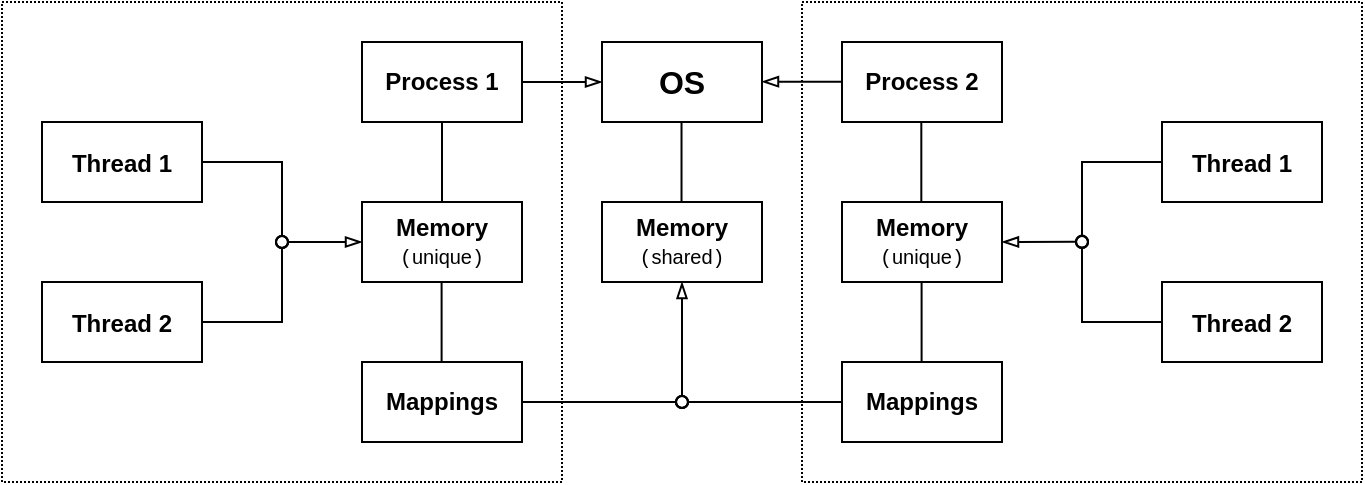
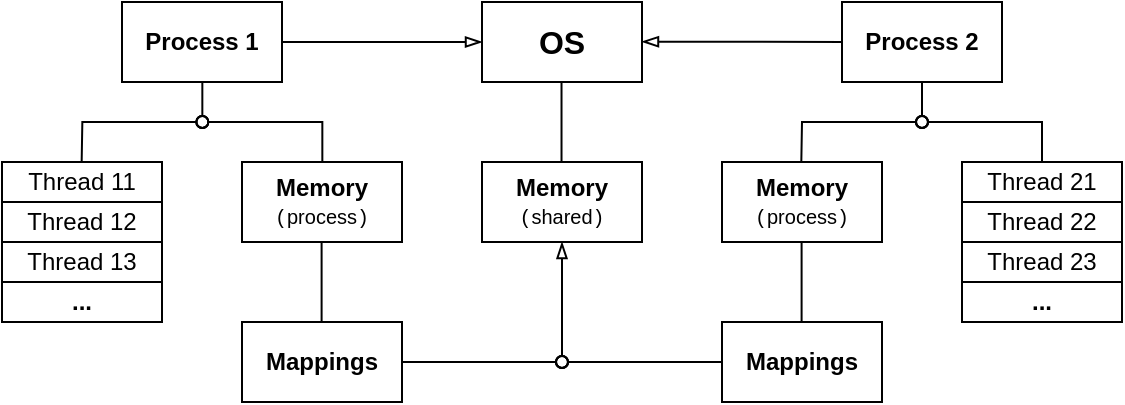
<mxfile host="app.diagrams.net" agent="Mozilla/5.0 (X11; Linux x86_64) AppleWebKit/537.36 (KHTML, like Gecko) Chrome/131.0.0.0 Safari/537.36">
  <diagram name="Страница — 1" id="FU6k8gnQP4EGnjS4FWrm">
-     <mxGraphModel dx="930" dy="547" grid="1" gridSize="10" guides="1" tooltips="1" connect="1" arrows="1" fold="1" page="0" pageScale="1" pageWidth="827" pageHeight="1169" math="0" shadow="0">
+     <mxGraphModel dx="586" dy="397" grid="0" gridSize="10" guides="1" tooltips="1" connect="1" arrows="1" fold="1" page="0" pageScale="1" pageWidth="827" pageHeight="1169" math="0" shadow="0">
      <root>
        <mxCell id="0" />
        <mxCell id="1" parent="0" />
-         <mxCell id="wzbsA7zudg2y451D5e48-18" parent="1" style="rounded=0;whiteSpace=wrap;html=1;fillColor=none;dashed=1;dashPattern=1 1;fontFamily=Helvetica;" value="" vertex="1">
-           <mxGeometry height="240" width="280" x="420" y="300" as="geometry" />
-         </mxCell>
-         <mxCell id="Oa3G6QQfCwyyYKQKJE6c-25" parent="1" style="rounded=0;whiteSpace=wrap;html=1;fillColor=none;dashed=1;dashPattern=1 1;fontFamily=Helvetica;" value="" vertex="1">
-           <mxGeometry height="240" width="280" x="20" y="300" as="geometry" />
-         </mxCell>
        <mxCell id="GUh3kZAB57dXg85Tlaq3-7" parent="1" style="rounded=0;whiteSpace=wrap;html=1;fontFamily=Helvetica;" value="&lt;b style=&quot;&quot;&gt;&lt;font style=&quot;font-size: 16px;&quot;&gt;OS&lt;/font&gt;&lt;/b&gt;" vertex="1">
          <mxGeometry height="40" width="80" x="320" y="320" as="geometry" />
        </mxCell>
-         <mxCell id="GUh3kZAB57dXg85Tlaq3-5" parent="1" style="rounded=0;whiteSpace=wrap;html=1;fillColor=none;fontFamily=Helvetica;fontSize=14;" value="&lt;font style=&quot;font-size: 12px;&quot;&gt;&lt;b style=&quot;&quot;&gt;Thread&lt;/b&gt;&lt;b style=&quot;&quot;&gt;&amp;nbsp;&lt;/b&gt;&lt;b style=&quot;&quot;&gt;&lt;font style=&quot;&quot;&gt;1&lt;/font&gt;&lt;/b&gt;&lt;/font&gt;" vertex="1">
-           <mxGeometry height="40" width="80" x="40" y="360" as="geometry" />
+         <mxCell id="GUh3kZAB57dXg85Tlaq3-6" parent="1" style="text;html=1;align=center;verticalAlign=middle;whiteSpace=wrap;rounded=0;strokeColor=default;fontFamily=Helvetica;" value="&lt;b style=&quot;&quot;&gt;&lt;font&gt;Process 1&lt;/font&gt;&lt;/b&gt;" vertex="1">
+           <mxGeometry height="40" width="80" x="140" y="320" as="geometry" />
        </mxCell>
-         <mxCell id="GUh3kZAB57dXg85Tlaq3-6" parent="1" style="text;html=1;align=center;verticalAlign=middle;whiteSpace=wrap;rounded=0;strokeColor=default;fontFamily=Helvetica;" value="&lt;b style=&quot;&quot;&gt;&lt;font&gt;Process 1&lt;/font&gt;&lt;/b&gt;" vertex="1">
-           <mxGeometry height="40" width="80" x="200" y="320" as="geometry" />
-         </mxCell>
-         <mxCell id="Oa3G6QQfCwyyYKQKJE6c-9" parent="1" style="rounded=0;whiteSpace=wrap;html=1;fillColor=none;fontFamily=Helvetica;fontSize=14;" value="&lt;font style=&quot;font-size: 12px;&quot;&gt;&lt;b style=&quot;&quot;&gt;Thread&lt;/b&gt;&lt;b style=&quot;&quot;&gt;&amp;nbsp;&lt;/b&gt;&lt;b style=&quot;&quot;&gt;2&lt;/b&gt;&lt;/font&gt;" vertex="1">
-           <mxGeometry height="40" width="80" x="40" y="440" as="geometry" />
-         </mxCell>
-         <mxCell id="Oa3G6QQfCwyyYKQKJE6c-10" parent="1" style="rounded=0;whiteSpace=wrap;html=1;fillColor=none;fontFamily=Helvetica;" value="&lt;b style=&quot;&quot;&gt;&lt;font&gt;Memory&lt;/font&gt;&lt;/b&gt;&lt;div&gt;&lt;font style=&quot;font-size: 10px;&quot;&gt;&lt;font face=&quot;Courier New&quot;&gt;(&lt;/font&gt;unique&lt;font face=&quot;Courier New&quot;&gt;)&lt;/font&gt;&lt;/font&gt;&lt;/div&gt;" vertex="1">
+         <mxCell id="Oa3G6QQfCwyyYKQKJE6c-10" parent="1" style="rounded=0;whiteSpace=wrap;html=1;fillColor=none;fontFamily=Helvetica;" value="&lt;b style=&quot;&quot;&gt;&lt;font&gt;Memory&lt;/font&gt;&lt;/b&gt;&lt;div&gt;&lt;font style=&quot;font-size: 10px;&quot;&gt;&lt;font face=&quot;Courier New&quot;&gt;(&lt;/font&gt;process&lt;font face=&quot;Courier New&quot;&gt;)&lt;/font&gt;&lt;/font&gt;&lt;/div&gt;" vertex="1">
          <mxGeometry height="40" width="80" x="200" y="400" as="geometry" />
        </mxCell>
-         <mxCell id="wzbsA7zudg2y451D5e48-2" edge="1" parent="1" style="endArrow=none;html=1;rounded=0;entryX=1;entryY=0.5;entryDx=0;entryDy=0;startArrow=oval;startFill=0;" target="GUh3kZAB57dXg85Tlaq3-5" value="">
+         <mxCell id="wzbsA7zudg2y451D5e48-6" parent="1" style="text;html=1;align=center;verticalAlign=middle;whiteSpace=wrap;rounded=0;strokeColor=default;fontFamily=Helvetica;" value="&lt;b style=&quot;&quot;&gt;&lt;font&gt;Process 2&lt;/font&gt;&lt;/b&gt;" vertex="1">
+           <mxGeometry height="40" width="80" x="500" y="320" as="geometry" />
+         </mxCell>
+         <mxCell id="wzbsA7zudg2y451D5e48-7" parent="1" style="rounded=0;whiteSpace=wrap;html=1;fillColor=none;fontFamily=Helvetica;" value="&lt;b style=&quot;&quot;&gt;&lt;font&gt;Memory&lt;/font&gt;&lt;/b&gt;&lt;div&gt;&lt;font style=&quot;font-size: 10px;&quot;&gt;&lt;font face=&quot;Courier New&quot;&gt;(&lt;/font&gt;process&lt;font face=&quot;Courier New&quot;&gt;)&lt;/font&gt;&lt;/font&gt;&lt;/div&gt;" vertex="1">
+           <mxGeometry height="40" width="80" x="440" y="400" as="geometry" />
+         </mxCell>
+         <mxCell id="wzbsA7zudg2y451D5e48-8" edge="1" parent="1" style="endArrow=oval;html=1;rounded=0;exitX=0.5;exitY=0;exitDx=0;exitDy=0;endFill=0;" value="">
          <mxGeometry height="50" relative="1" width="50" as="geometry">
            <Array as="points">
-               <mxPoint x="160" y="380" />
+               <mxPoint x="480" y="380" />
            </Array>
-             <mxPoint x="160" y="420" as="sourcePoint" />
-             <mxPoint x="160" y="400" as="targetPoint" />
-           </mxGeometry>
-         </mxCell>
-         <mxCell id="wzbsA7zudg2y451D5e48-3" edge="1" parent="1" source="Oa3G6QQfCwyyYKQKJE6c-9" style="endArrow=oval;html=1;rounded=0;exitX=1;exitY=0.5;exitDx=0;exitDy=0;endFill=0;" value="">
-           <mxGeometry height="50" relative="1" width="50" as="geometry">
-             <Array as="points">
-               <mxPoint x="160" y="460" />
-             </Array>
-             <mxPoint x="190" y="450" as="sourcePoint" />
-             <mxPoint x="160" y="420" as="targetPoint" />
-           </mxGeometry>
-         </mxCell>
-         <mxCell id="wzbsA7zudg2y451D5e48-4" edge="1" parent="1" style="endArrow=blockThin;html=1;rounded=0;entryX=0;entryY=0.5;entryDx=0;entryDy=0;endFill=0;startArrow=oval;startFill=0;" target="Oa3G6QQfCwyyYKQKJE6c-10" value="">
-           <mxGeometry height="50" relative="1" width="50" as="geometry">
-             <mxPoint x="160" y="420" as="sourcePoint" />
-             <mxPoint x="180" y="420" as="targetPoint" />
-           </mxGeometry>
-         </mxCell>
-         <mxCell id="wzbsA7zudg2y451D5e48-5" edge="1" parent="1" source="Oa3G6QQfCwyyYKQKJE6c-10" style="endArrow=none;html=1;rounded=0;entryX=0.5;entryY=1;entryDx=0;entryDy=0;exitX=0.5;exitY=0;exitDx=0;exitDy=0;endFill=0;startFill=0;" target="GUh3kZAB57dXg85Tlaq3-6" value="">
-           <mxGeometry height="50" relative="1" width="50" as="geometry">
-             <mxPoint x="330" y="480" as="sourcePoint" />
-             <mxPoint x="380" y="430" as="targetPoint" />
-           </mxGeometry>
-         </mxCell>
-         <mxCell id="wzbsA7zudg2y451D5e48-6" parent="1" style="text;html=1;align=center;verticalAlign=middle;whiteSpace=wrap;rounded=0;strokeColor=default;fontFamily=Helvetica;" value="&lt;b style=&quot;&quot;&gt;&lt;font&gt;Process 2&lt;/font&gt;&lt;/b&gt;" vertex="1">
-           <mxGeometry height="40" width="80" x="440" y="320" as="geometry" />
-         </mxCell>
-         <mxCell id="wzbsA7zudg2y451D5e48-7" parent="1" style="rounded=0;whiteSpace=wrap;html=1;fillColor=none;fontFamily=Helvetica;" value="&lt;b style=&quot;&quot;&gt;&lt;font&gt;Memory&lt;/font&gt;&lt;/b&gt;&lt;div&gt;&lt;font style=&quot;font-size: 10px;&quot;&gt;&lt;font face=&quot;Courier New&quot;&gt;(&lt;/font&gt;unique&lt;font face=&quot;Courier New&quot;&gt;)&lt;/font&gt;&lt;/font&gt;&lt;/div&gt;" vertex="1">
-           <mxGeometry height="40" width="80" x="440" y="400" as="geometry" />
-         </mxCell>
-         <mxCell id="wzbsA7zudg2y451D5e48-8" edge="1" parent="1" style="endArrow=none;html=1;rounded=0;entryX=0.5;entryY=1;entryDx=0;entryDy=0;exitX=0.5;exitY=0;exitDx=0;exitDy=0;" value="">
-           <mxGeometry height="50" relative="1" width="50" as="geometry">
            <mxPoint x="479.65999999999997" y="400" as="sourcePoint" />
-             <mxPoint x="479.65999999999997" y="360" as="targetPoint" />
+             <mxPoint x="540" y="380" as="targetPoint" />
          </mxGeometry>
        </mxCell>
        <mxCell id="wzbsA7zudg2y451D5e48-9" edge="1" parent="1" source="GUh3kZAB57dXg85Tlaq3-6" style="endArrow=blockThin;html=1;rounded=0;entryX=0;entryY=0.5;entryDx=0;entryDy=0;exitX=1;exitY=0.5;exitDx=0;exitDy=0;startArrow=none;startFill=0;endFill=0;" target="GUh3kZAB57dXg85Tlaq3-7" value="">
          <mxGeometry height="50" relative="1" width="50" as="geometry">
            <mxPoint x="250" y="410" as="sourcePoint" />
            <mxPoint x="250" y="370" as="targetPoint" />
          </mxGeometry>
        </mxCell>
-         <mxCell id="wzbsA7zudg2y451D5e48-10" edge="1" parent="1" style="endArrow=none;html=1;rounded=0;entryX=0;entryY=0.5;entryDx=0;entryDy=0;exitX=1;exitY=0.5;exitDx=0;exitDy=0;startArrow=blockThin;startFill=0;endFill=0;" value="">
+         <mxCell id="wzbsA7zudg2y451D5e48-10" edge="1" parent="1" style="endArrow=none;html=1;rounded=0;entryX=0;entryY=0.5;entryDx=0;entryDy=0;exitX=1;exitY=0.5;exitDx=0;exitDy=0;startArrow=blockThin;startFill=0;endFill=0;" target="wzbsA7zudg2y451D5e48-6" value="">
          <mxGeometry height="50" relative="1" width="50" as="geometry">
            <mxPoint x="400" y="339.83" as="sourcePoint" />
            <mxPoint x="440" y="339.83" as="targetPoint" />
-           </mxGeometry>
-         </mxCell>
-         <mxCell id="wzbsA7zudg2y451D5e48-11" parent="1" style="rounded=0;whiteSpace=wrap;html=1;fillColor=none;fontFamily=Helvetica;fontSize=14;" value="&lt;font style=&quot;font-size: 12px;&quot;&gt;&lt;b style=&quot;&quot;&gt;Thread&lt;/b&gt;&lt;b style=&quot;&quot;&gt;&amp;nbsp;&lt;/b&gt;&lt;b style=&quot;&quot;&gt;&lt;font style=&quot;&quot;&gt;1&lt;/font&gt;&lt;/b&gt;&lt;/font&gt;" vertex="1">
-           <mxGeometry height="40" width="80" x="600" y="360" as="geometry" />
-         </mxCell>
-         <mxCell id="wzbsA7zudg2y451D5e48-12" parent="1" style="rounded=0;whiteSpace=wrap;html=1;fillColor=none;fontFamily=Helvetica;fontSize=14;" value="&lt;font style=&quot;font-size: 12px;&quot;&gt;&lt;b style=&quot;&quot;&gt;Thread&lt;/b&gt;&lt;b style=&quot;&quot;&gt;&amp;nbsp;&lt;/b&gt;&lt;b style=&quot;&quot;&gt;2&lt;/b&gt;&lt;/font&gt;" vertex="1">
-           <mxGeometry height="40" width="80" x="600" y="440" as="geometry" />
-         </mxCell>
-         <mxCell id="wzbsA7zudg2y451D5e48-15" edge="1" parent="1" style="endArrow=none;html=1;rounded=0;entryX=0;entryY=0.5;entryDx=0;entryDy=0;startArrow=oval;startFill=0;" target="wzbsA7zudg2y451D5e48-11" value="">
-           <mxGeometry height="50" relative="1" width="50" as="geometry">
-             <Array as="points">
-               <mxPoint x="560" y="380" />
-             </Array>
-             <mxPoint x="560" y="420" as="sourcePoint" />
-             <mxPoint x="520" y="340" as="targetPoint" />
-           </mxGeometry>
-         </mxCell>
-         <mxCell id="wzbsA7zudg2y451D5e48-16" edge="1" parent="1" source="wzbsA7zudg2y451D5e48-12" style="endArrow=oval;html=1;rounded=0;endFill=0;exitX=0;exitY=0.5;exitDx=0;exitDy=0;" value="">
-           <mxGeometry height="50" relative="1" width="50" as="geometry">
-             <Array as="points">
-               <mxPoint x="560" y="460" />
-             </Array>
-             <mxPoint x="570" y="460" as="sourcePoint" />
-             <mxPoint x="560" y="420" as="targetPoint" />
-           </mxGeometry>
-         </mxCell>
-         <mxCell id="wzbsA7zudg2y451D5e48-17" edge="1" parent="1" style="endArrow=blockThin;html=1;rounded=0;endFill=0;startArrow=oval;startFill=0;entryX=1;entryY=0.5;entryDx=0;entryDy=0;" target="wzbsA7zudg2y451D5e48-7" value="">
-           <mxGeometry height="50" relative="1" width="50" as="geometry">
-             <mxPoint x="560" y="419.8" as="sourcePoint" />
-             <mxPoint x="600" y="419.8" as="targetPoint" />
          </mxGeometry>
        </mxCell>
        <mxCell id="wzbsA7zudg2y451D5e48-19" parent="1" style="rounded=0;whiteSpace=wrap;html=1;fillColor=none;fontFamily=Helvetica;" value="&lt;b style=&quot;&quot;&gt;&lt;font&gt;Mappings&lt;/font&gt;&lt;/b&gt;" vertex="1">
          <mxGeometry height="40" width="80" x="200" y="480" as="geometry" />
        </mxCell>
        <mxCell id="wzbsA7zudg2y451D5e48-23" edge="1" parent="1" style="endArrow=none;html=1;rounded=0;entryX=0.5;entryY=1;entryDx=0;entryDy=0;exitX=0.5;exitY=0;exitDx=0;exitDy=0;" value="">
          <mxGeometry height="50" relative="1" width="50" as="geometry">
            <mxPoint x="239.8" y="480" as="sourcePoint" />
            <mxPoint x="239.8" y="440" as="targetPoint" />
          </mxGeometry>
        </mxCell>
        <mxCell id="wzbsA7zudg2y451D5e48-24" parent="1" style="rounded=0;whiteSpace=wrap;html=1;fillColor=none;fontFamily=Helvetica;" value="&lt;b style=&quot;&quot;&gt;&lt;font&gt;Mappings&lt;/font&gt;&lt;/b&gt;" vertex="1">
          <mxGeometry height="40" width="80" x="440" y="480" as="geometry" />
        </mxCell>
        <mxCell id="wzbsA7zudg2y451D5e48-25" edge="1" parent="1" style="endArrow=none;html=1;rounded=0;entryX=0.5;entryY=1;entryDx=0;entryDy=0;exitX=0.5;exitY=0;exitDx=0;exitDy=0;" value="">
          <mxGeometry height="50" relative="1" width="50" as="geometry">
            <mxPoint x="479.8" y="480" as="sourcePoint" />
            <mxPoint x="479.8" y="440" as="targetPoint" />
          </mxGeometry>
        </mxCell>
        <mxCell id="wzbsA7zudg2y451D5e48-26" parent="1" style="rounded=0;whiteSpace=wrap;html=1;fontFamily=Helvetica;" value="&lt;font&gt;&lt;b style=&quot;&quot;&gt;Memory&lt;/b&gt;&lt;/font&gt;&lt;div&gt;&lt;font style=&quot;font-size: 10px;&quot;&gt;&lt;font face=&quot;Courier New&quot;&gt;(&lt;/font&gt;shared&lt;font face=&quot;Courier New&quot;&gt;)&lt;/font&gt;&lt;/font&gt;&lt;/div&gt;" vertex="1">
          <mxGeometry height="40" width="80" x="320" y="400" as="geometry" />
        </mxCell>
        <mxCell id="wzbsA7zudg2y451D5e48-27" edge="1" parent="1" style="endArrow=blockThin;html=1;rounded=0;entryX=0.5;entryY=1;entryDx=0;entryDy=0;endFill=0;startArrow=oval;startFill=0;" target="wzbsA7zudg2y451D5e48-26" value="">
          <mxGeometry height="50" relative="1" width="50" as="geometry">
            <mxPoint x="360" y="500" as="sourcePoint" />
            <mxPoint x="370" y="480" as="targetPoint" />
          </mxGeometry>
        </mxCell>
        <mxCell id="wzbsA7zudg2y451D5e48-28" edge="1" parent="1" source="wzbsA7zudg2y451D5e48-19" style="endArrow=oval;html=1;rounded=0;endFill=0;exitX=1;exitY=0.5;exitDx=0;exitDy=0;" value="">
          <mxGeometry height="50" relative="1" width="50" as="geometry">
            <mxPoint x="310" y="580" as="sourcePoint" />
            <mxPoint x="360" y="500" as="targetPoint" />
          </mxGeometry>
        </mxCell>
        <mxCell id="wzbsA7zudg2y451D5e48-29" edge="1" parent="1" style="endArrow=none;html=1;rounded=0;startArrow=oval;startFill=0;entryX=0;entryY=0.5;entryDx=0;entryDy=0;" target="wzbsA7zudg2y451D5e48-24" value="">
          <mxGeometry height="50" relative="1" width="50" as="geometry">
            <mxPoint x="360" y="500" as="sourcePoint" />
            <mxPoint x="390" y="520" as="targetPoint" />
          </mxGeometry>
        </mxCell>
        <mxCell id="wzbsA7zudg2y451D5e48-30" edge="1" parent="1" style="endArrow=none;html=1;rounded=0;entryX=0.5;entryY=1;entryDx=0;entryDy=0;exitX=0.5;exitY=0;exitDx=0;exitDy=0;endFill=0;startFill=0;" value="">
          <mxGeometry height="50" relative="1" width="50" as="geometry">
            <mxPoint x="359.76" y="400" as="sourcePoint" />
            <mxPoint x="359.76" y="360" as="targetPoint" />
          </mxGeometry>
        </mxCell>
+         <mxCell id="Y66m_mo6p751xoVL8yCd-1" parent="1" style="text;html=1;align=center;verticalAlign=middle;whiteSpace=wrap;rounded=0;strokeColor=default;fontFamily=Helvetica;" value="&lt;font&gt;Thread 21&lt;/font&gt;" vertex="1">
+           <mxGeometry height="20" width="80" x="560" y="400" as="geometry" />
+         </mxCell>
+         <mxCell id="Y66m_mo6p751xoVL8yCd-2" parent="1" style="text;html=1;align=center;verticalAlign=middle;whiteSpace=wrap;rounded=0;strokeColor=default;fontFamily=Helvetica;" value="&lt;font&gt;Thread 22&lt;/font&gt;" vertex="1">
+           <mxGeometry height="20" width="80" x="560" y="420" as="geometry" />
+         </mxCell>
+         <mxCell id="Y66m_mo6p751xoVL8yCd-3" parent="1" style="text;html=1;align=center;verticalAlign=middle;whiteSpace=wrap;rounded=0;strokeColor=default;fontFamily=Helvetica;" value="&lt;font&gt;Thread 23&lt;/font&gt;" vertex="1">
+           <mxGeometry height="20" width="80" x="560" y="440" as="geometry" />
+         </mxCell>
+         <mxCell id="Y66m_mo6p751xoVL8yCd-4" parent="1" style="text;html=1;align=center;verticalAlign=middle;whiteSpace=wrap;rounded=0;strokeColor=default;fontFamily=Helvetica;" value="&lt;font&gt;&lt;b&gt;...&lt;/b&gt;&lt;/font&gt;" vertex="1">
+           <mxGeometry height="20" width="80" x="560" y="460" as="geometry" />
+         </mxCell>
+         <mxCell id="Y66m_mo6p751xoVL8yCd-5" edge="1" parent="1" source="Y66m_mo6p751xoVL8yCd-1" style="endArrow=oval;html=1;rounded=0;exitX=0.5;exitY=0;exitDx=0;exitDy=0;endFill=0;startFill=0;" value="">
+           <mxGeometry height="50" relative="1" width="50" as="geometry">
+             <Array as="points">
+               <mxPoint x="600" y="380" />
+             </Array>
+             <mxPoint x="620" y="400" as="sourcePoint" />
+             <mxPoint x="540" y="380" as="targetPoint" />
+           </mxGeometry>
+         </mxCell>
+         <mxCell id="Y66m_mo6p751xoVL8yCd-6" edge="1" parent="1" style="endArrow=none;html=1;rounded=0;entryX=0.5;entryY=1;entryDx=0;entryDy=0;startArrow=oval;startFill=0;endFill=0;" target="wzbsA7zudg2y451D5e48-6" value="">
+           <mxGeometry height="50" relative="1" width="50" as="geometry">
+             <mxPoint x="540" y="380" as="sourcePoint" />
+             <mxPoint x="510" y="350" as="targetPoint" />
+           </mxGeometry>
+         </mxCell>
+         <mxCell id="Y66m_mo6p751xoVL8yCd-7" parent="1" style="text;html=1;align=center;verticalAlign=middle;whiteSpace=wrap;rounded=0;strokeColor=default;fontFamily=Helvetica;" value="&lt;font&gt;Thread 11&lt;/font&gt;" vertex="1">
+           <mxGeometry height="20" width="80" x="80" y="400" as="geometry" />
+         </mxCell>
+         <mxCell id="Y66m_mo6p751xoVL8yCd-8" parent="1" style="text;html=1;align=center;verticalAlign=middle;whiteSpace=wrap;rounded=0;strokeColor=default;fontFamily=Helvetica;" value="&lt;font&gt;Thread 12&lt;/font&gt;" vertex="1">
+           <mxGeometry height="20" width="80" x="80" y="420" as="geometry" />
+         </mxCell>
+         <mxCell id="Y66m_mo6p751xoVL8yCd-9" parent="1" style="text;html=1;align=center;verticalAlign=middle;whiteSpace=wrap;rounded=0;strokeColor=default;fontFamily=Helvetica;" value="&lt;font&gt;Thread 13&lt;/font&gt;" vertex="1">
+           <mxGeometry height="20" width="80" x="80" y="440" as="geometry" />
+         </mxCell>
+         <mxCell id="Y66m_mo6p751xoVL8yCd-10" parent="1" style="text;html=1;align=center;verticalAlign=middle;whiteSpace=wrap;rounded=0;strokeColor=default;fontFamily=Helvetica;" value="&lt;font&gt;&lt;b&gt;...&lt;/b&gt;&lt;/font&gt;" vertex="1">
+           <mxGeometry height="20" width="80" x="80" y="460" as="geometry" />
+         </mxCell>
+         <mxCell id="Y66m_mo6p751xoVL8yCd-11" edge="1" parent="1" style="endArrow=oval;html=1;rounded=0;exitX=0.5;exitY=0;exitDx=0;exitDy=0;endFill=0;" value="">
+           <mxGeometry height="50" relative="1" width="50" as="geometry">
+             <Array as="points">
+               <mxPoint x="120.17000000000003" y="380" />
+             </Array>
+             <mxPoint x="119.83" y="400" as="sourcePoint" />
+             <mxPoint x="180.17000000000002" y="380" as="targetPoint" />
+           </mxGeometry>
+         </mxCell>
+         <mxCell id="Y66m_mo6p751xoVL8yCd-12" edge="1" parent="1" style="endArrow=oval;html=1;rounded=0;exitX=0.5;exitY=0;exitDx=0;exitDy=0;endFill=0;startFill=0;" value="">
+           <mxGeometry height="50" relative="1" width="50" as="geometry">
+             <Array as="points">
+               <mxPoint x="240.17000000000002" y="380" />
+             </Array>
+             <mxPoint x="240.17000000000002" y="400" as="sourcePoint" />
+             <mxPoint x="180.17000000000002" y="380" as="targetPoint" />
+           </mxGeometry>
+         </mxCell>
+         <mxCell id="Y66m_mo6p751xoVL8yCd-13" edge="1" parent="1" style="endArrow=none;html=1;rounded=0;entryX=0.5;entryY=1;entryDx=0;entryDy=0;startArrow=oval;startFill=0;endFill=0;" value="">
+           <mxGeometry height="50" relative="1" width="50" as="geometry">
+             <mxPoint x="180.17000000000002" y="380" as="sourcePoint" />
+             <mxPoint x="180.17000000000002" y="360" as="targetPoint" />
+           </mxGeometry>
+         </mxCell>
      </root>
    </mxGraphModel>
  </diagram>
</mxfile>
